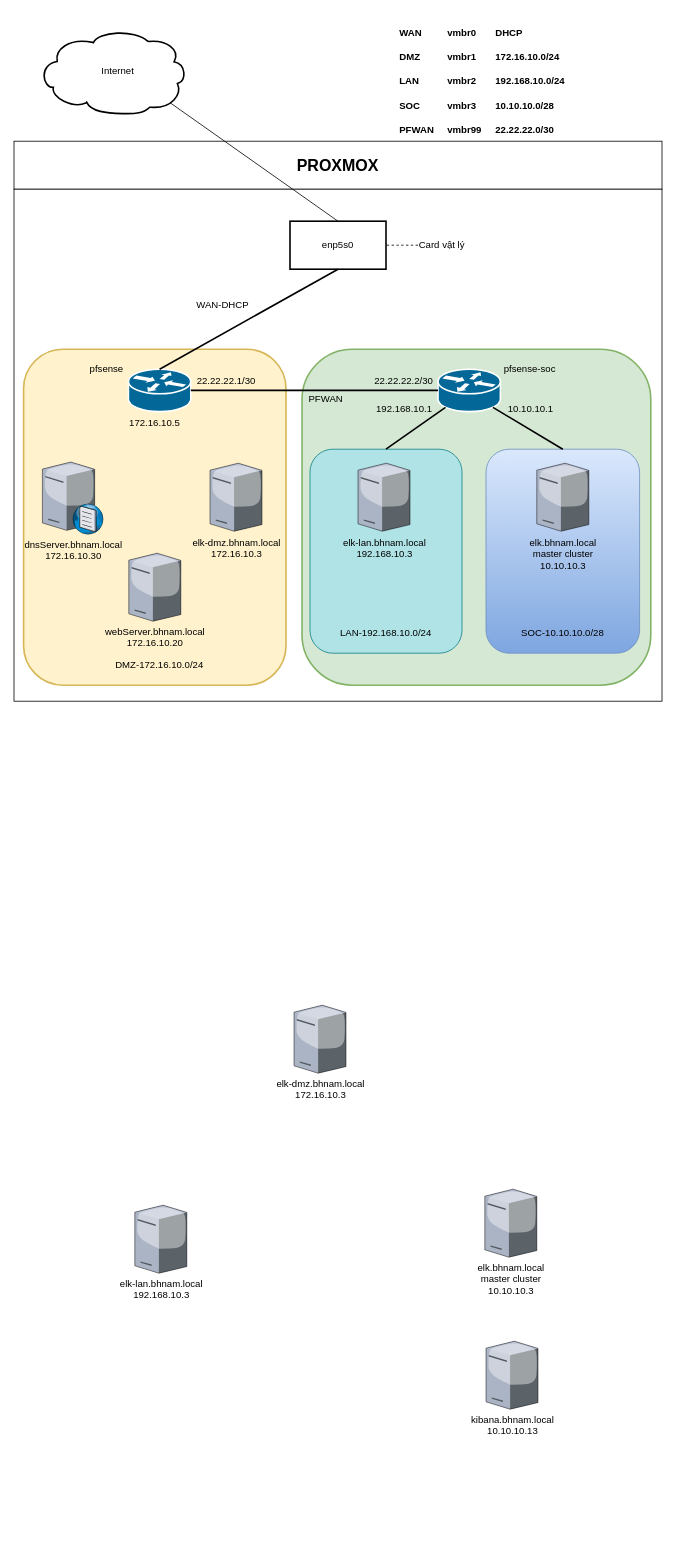
Before: network.drawio in BHNamSSD/ELK, a draw.io diagram. Source tidied: cells renumbered, new cells numbered last; positions are measured from the earlier drawing's top-left corner, leaving out a move shared by most shapes. Both pictures are drawn from the tidied source at 80%, with x=0, y=0 at pixel (14, 21).
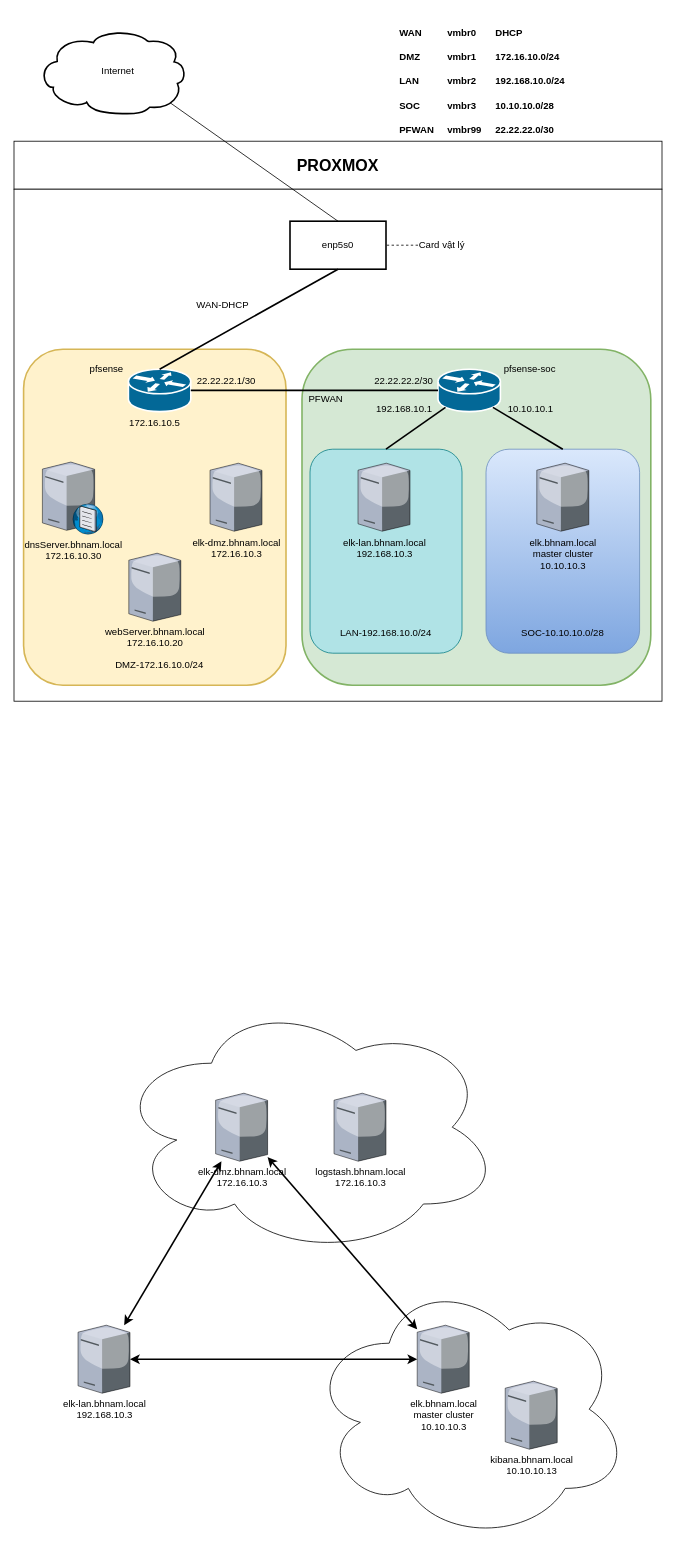
The same page after the edit.

Commit message:
Cập nhật network.drawio

Change to the diagram source:
```diff
@@
-    <mxCell id="40" value="&lt;div&gt;elk-dmz.bhnam.local&lt;/div&gt;&lt;div&gt;172.16.10.3&lt;/div&gt;" style="verticalLabelPosition=bottom;sketch=0;html=1;verticalAlign=top;strokeColor=none;align=center;outlineConnect=0;shape=mxgraph.citrix.license_server;" parent="1" vertex="1">
-      <mxGeometry x="350" y="1230" width="65" height="85" as="geometry" />
-    </mxCell>
     <mxCell id="41" value="&lt;div&gt;elk-lan.bhnam.local&lt;/div&gt;&lt;div&gt;192.168.10.3&lt;/div&gt;" style="verticalLabelPosition=bottom;sketch=0;html=1;verticalAlign=top;strokeColor=none;align=center;outlineConnect=0;shape=mxgraph.citrix.license_server;" parent="1" vertex="1">
-      <mxGeometry x="151" y="1480" width="65" height="85" as="geometry" />
+      <mxGeometry x="80" y="1630" width="65" height="85" as="geometry" />
     </mxCell>
+    <mxCell id="44" style="ellipse;shape=cloud;whiteSpace=wrap;html=1;" parent="1" vertex="1">
+      <mxGeometry x="369" y="1570" width="400" height="330" as="geometry" />
+    </mxCell>
     <mxCell id="42" value="&lt;div&gt;elk.bhnam.local&lt;/div&gt;&lt;div&gt;master cluster&lt;/div&gt;&lt;div&gt;10.10.10.3&lt;/div&gt;" style="verticalLabelPosition=bottom;sketch=0;html=1;verticalAlign=top;strokeColor=none;align=center;outlineConnect=0;shape=mxgraph.citrix.license_server;" parent="1" vertex="1">
-      <mxGeometry x="588.5" y="1460" width="65" height="85" as="geometry" />
+      <mxGeometry x="504" y="1630" width="65" height="85" as="geometry" />
     </mxCell>
     <mxCell id="43" value="&lt;div&gt;kibana.bhnam.local&lt;/div&gt;&lt;div&gt;10.10.10.13&lt;/div&gt;" style="verticalLabelPosition=bottom;sketch=0;html=1;verticalAlign=top;strokeColor=none;align=center;shape=mxgraph.citrix.license_server;" parent="1" vertex="1">
-      <mxGeometry x="590" y="1650" width="65" height="85" as="geometry" />
+      <mxGeometry x="614" y="1700" width="65" height="85" as="geometry" />
     </mxCell>
+    <mxCell id="45" style="endArrow=classic;startArrow=classic;html=1;rounded=0;strokeWidth=2;" parent="1" edge="1" source="41" target="42">
+      <mxGeometry relative="1" as="geometry" />
+    </mxCell>
+    <mxCell id="46" style="ellipse;shape=cloud;whiteSpace=wrap;html=1;" parent="1" vertex="1">
+      <mxGeometry x="126.5" y="1222.5" width="481.5" height="320" as="geometry" />
+    </mxCell>
+    <mxCell id="40" value="&lt;div&gt;elk-dmz.bhnam.local&lt;/div&gt;&lt;div&gt;172.16.10.3&lt;/div&gt;" style="verticalLabelPosition=bottom;sketch=0;html=1;verticalAlign=top;strokeColor=none;align=center;outlineConnect=0;shape=mxgraph.citrix.license_server;" parent="1" vertex="1">
+      <mxGeometry x="252" y="1340" width="65" height="85" as="geometry" />
+    </mxCell>
+    <mxCell id="47" style="endArrow=classic;startArrow=classic;html=1;rounded=0;strokeWidth=2;" parent="1" edge="1" source="41" target="40">
+      <mxGeometry relative="1" as="geometry" />
+    </mxCell>
+    <mxCell id="48" style="endArrow=classic;startArrow=classic;html=1;rounded=0;strokeWidth=2;" parent="1" edge="1" source="40" target="42">
+      <mxGeometry relative="1" as="geometry" />
+    </mxCell>
+    <mxCell id="49" value="&lt;div&gt;logstash.bhnam.local&lt;/div&gt;&lt;div&gt;172.16.10.3&lt;/div&gt;" style="verticalLabelPosition=bottom;sketch=0;html=1;verticalAlign=top;strokeColor=none;align=center;shape=mxgraph.citrix.license_server;" parent="1" vertex="1">
+      <mxGeometry x="400" y="1340" width="65" height="85" as="geometry" />
+    </mxCell>
```
